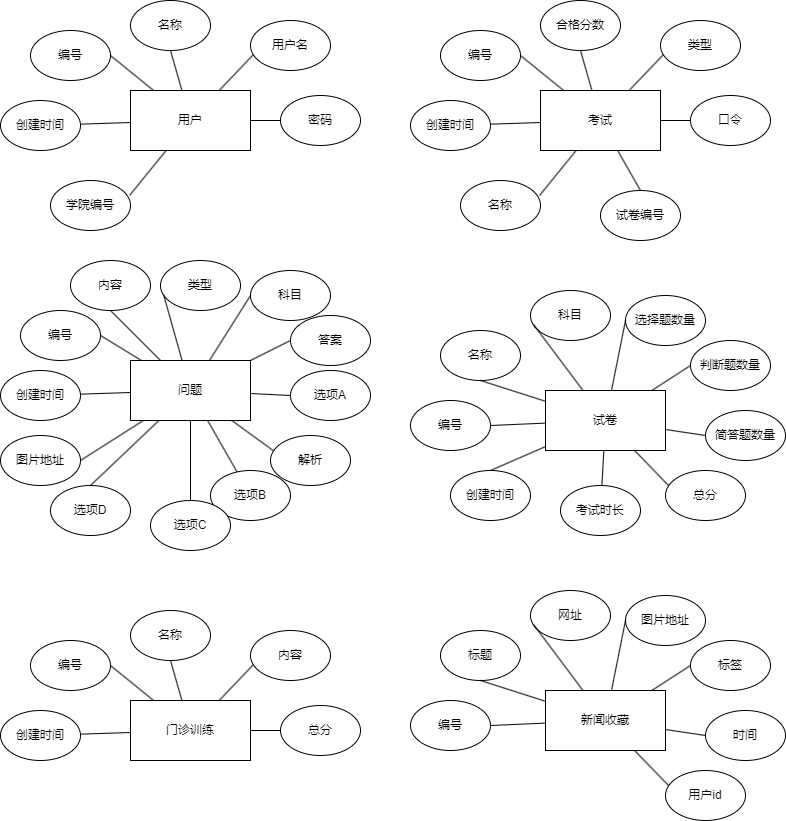
JackeyTower/pic-work keeps this draw.io diagram as 第一章/实体ER图.drawio.png. Above is the earlier version. Source tidied: cells renumbered, new cells last; positions are measured from the earlier drawing's top-left corner, leaving out a move shared by most shapes.
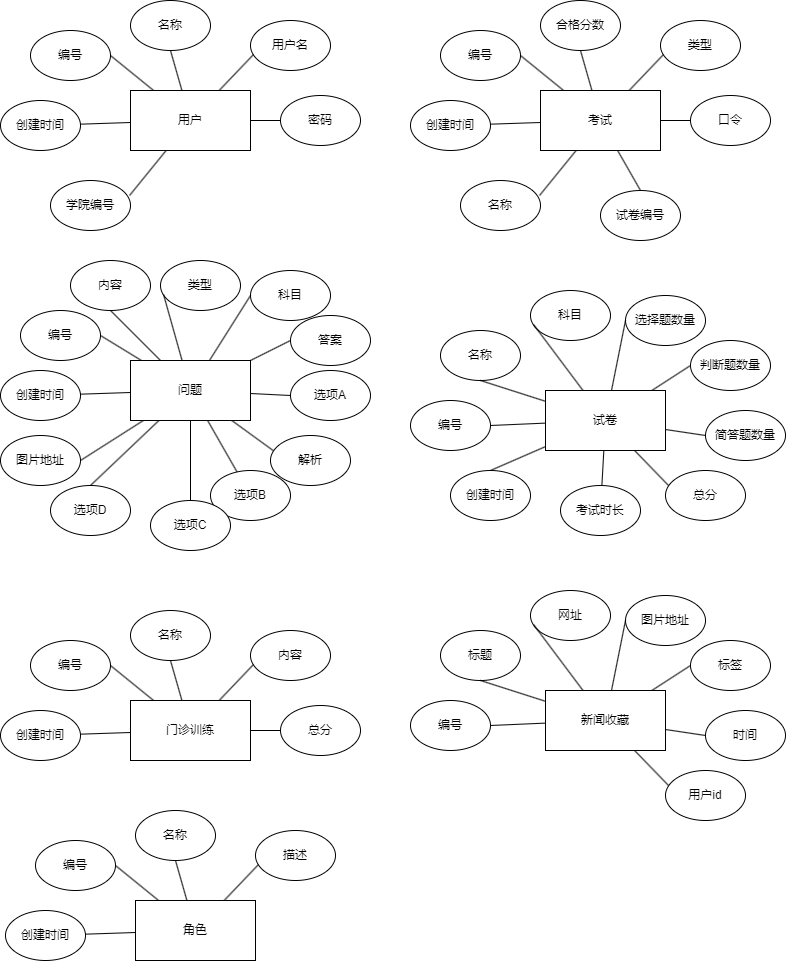
Later version of the same file.

Commit message:
更新实体ER图.drawio.png

Change to the diagram source:
```diff
@@ -314,5 +314,35 @@
     <mxCell id="105" value="标签" style="ellipse;whiteSpace=wrap;html=1;" parent="1" vertex="1">
       <mxGeometry x="690" y="640" width="80" height="50" as="geometry" />
     </mxCell>
+    <mxCell id="106" style="rounded=0;jettySize=auto;html=1;entryX=1;entryY=0.5;entryDx=0;entryDy=0;endArrow=none;endFill=0;" parent="1" edge="1" source="115" target="108">
+      <mxGeometry relative="1" as="geometry" />
+    </mxCell>
+    <mxCell id="107" value="用户" style="rounded=0;whiteSpace=wrap;html=1;" parent="1" vertex="1">
+      <mxGeometry x="135" y="900" width="120" height="60" as="geometry" />
+    </mxCell>
+    <mxCell id="108" value="编号" style="ellipse;whiteSpace=wrap;html=1;" parent="1" vertex="1">
+      <mxGeometry x="35" y="840" width="80" height="50" as="geometry" />
+    </mxCell>
+    <mxCell id="109" value="名称" style="ellipse;whiteSpace=wrap;html=1;" parent="1" vertex="1">
+      <mxGeometry x="135" y="810" width="80" height="50" as="geometry" />
+    </mxCell>
+    <mxCell id="110" value="描述" style="ellipse;whiteSpace=wrap;html=1;" parent="1" vertex="1">
+      <mxGeometry x="255" y="830" width="80" height="50" as="geometry" />
+    </mxCell>
+    <mxCell id="111" value="创建时间" style="ellipse;whiteSpace=wrap;html=1;" parent="1" vertex="1">
+      <mxGeometry x="5" y="910" width="80" height="50" as="geometry" />
+    </mxCell>
+    <mxCell id="112" style="rounded=0;jettySize=auto;html=1;endArrow=none;endFill=0;" parent="1" edge="1" source="115" target="111">
+      <mxGeometry relative="1" as="geometry" />
+    </mxCell>
+    <mxCell id="113" style="rounded=0;jettySize=auto;html=1;entryX=0.5;entryY=1;entryDx=0;entryDy=0;endArrow=none;endFill=0;" parent="1" edge="1" source="115" target="109">
+      <mxGeometry relative="1" as="geometry" />
+    </mxCell>
+    <mxCell id="114" style="rounded=0;jettySize=auto;html=1;entryX=0.038;entryY=0.68;entryDx=0;entryDy=0;entryPerimeter=0;endArrow=none;endFill=0;" parent="1" edge="1" source="115" target="110">
+      <mxGeometry relative="1" as="geometry" />
+    </mxCell>
+    <mxCell id="115" value="角色" style="rounded=0;whiteSpace=wrap;html=1;" parent="1" vertex="1">
+      <mxGeometry x="135" y="900" width="120" height="60" as="geometry" />
+    </mxCell>
   </root>
 </mxGraphModel>
```
